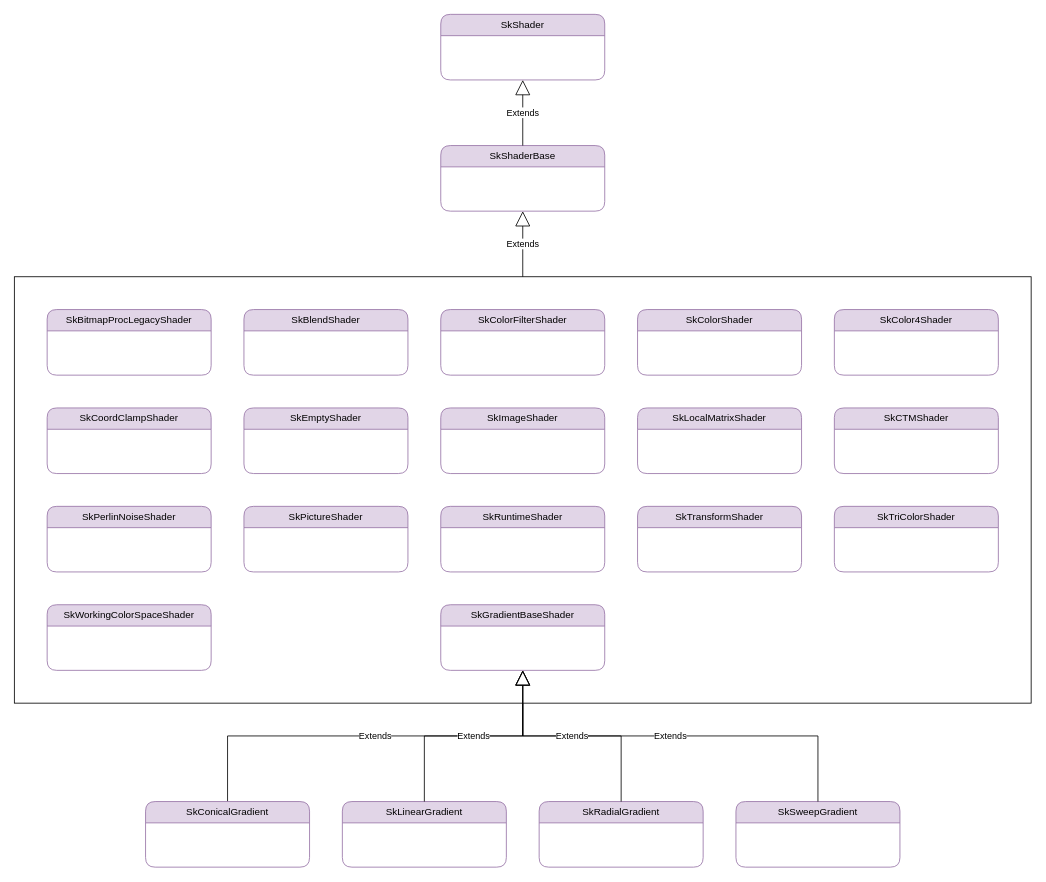
This is page "Skia Shader" (9 of 9) of Android Graphics.drawio from Kaling1203/Diagram, a draw.io file, before an edit. Source tidied: cells renumbered, new cells numbered last; positions are measured from the earlier drawing's top-left corner, leaving out a move shared by most shapes. Both pictures are drawn from the tidied source at 82%, with x=0, y=0 at pixel (14, 14).
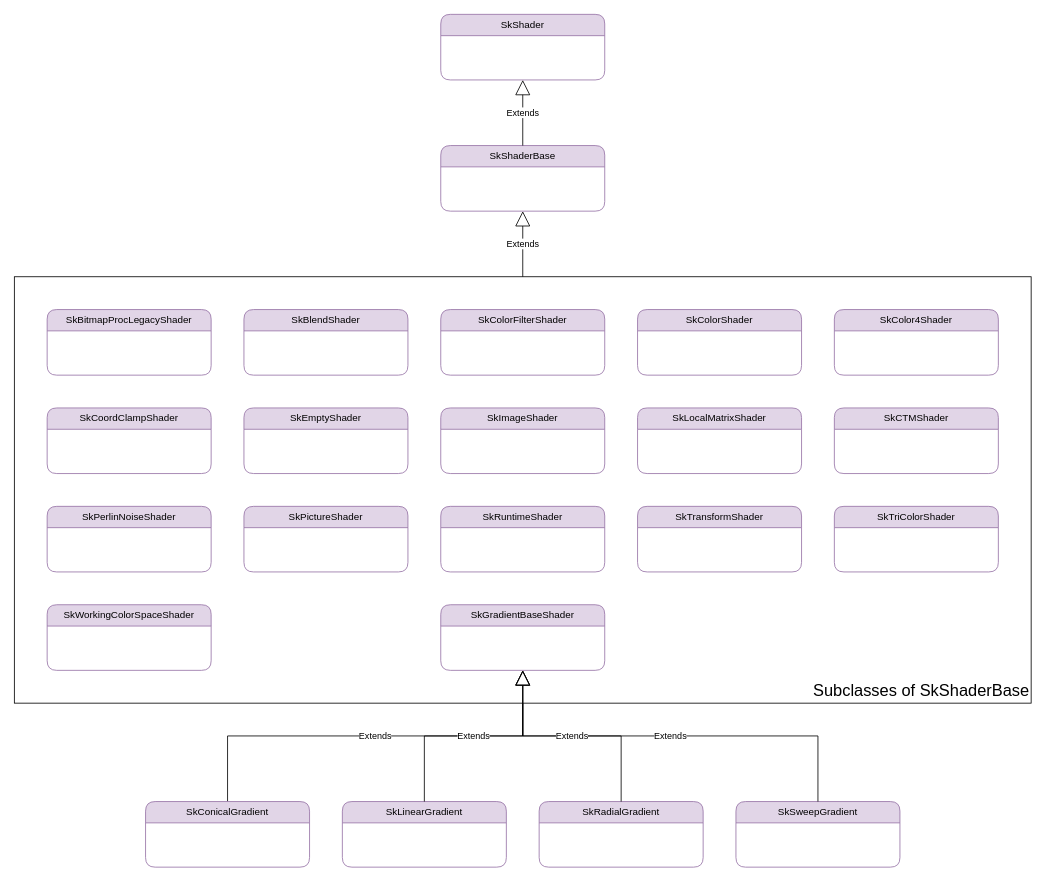
After the change.

What changed in the source:
```diff
@@
-    <mxCell id="3" style="rounded=0;whiteSpace=wrap;html=1;align=left;" parent="1" vertex="1">
+    <mxCell id="3" value="&lt;br&gt;&lt;div&gt;&lt;br&gt;&lt;/div&gt;&lt;div&gt;&lt;br&gt;&lt;/div&gt;&lt;div&gt;&lt;br&gt;&lt;/div&gt;&lt;div&gt;&lt;br&gt;&lt;/div&gt;&lt;div&gt;&lt;br&gt;&lt;/div&gt;&lt;div&gt;&lt;br&gt;&lt;/div&gt;&lt;div&gt;&lt;br&gt;&lt;/div&gt;&lt;div&gt;&lt;br&gt;&lt;/div&gt;&lt;div&gt;&lt;br&gt;&lt;/div&gt;&lt;div&gt;&lt;br&gt;&lt;/div&gt;&lt;div&gt;&lt;br&gt;&lt;/div&gt;&lt;div&gt;&lt;br&gt;&lt;/div&gt;&lt;div&gt;&lt;br&gt;&lt;/div&gt;&lt;div&gt;&lt;br&gt;&lt;/div&gt;&lt;div&gt;&lt;br&gt;&lt;/div&gt;&lt;div&gt;&lt;br&gt;&lt;/div&gt;&lt;div&gt;&lt;br&gt;&lt;/div&gt;&lt;div&gt;&lt;br&gt;&lt;/div&gt;&lt;div&gt;&lt;br&gt;&lt;/div&gt;&lt;div&gt;&lt;br&gt;&lt;/div&gt;&lt;div&gt;&lt;br&gt;&lt;/div&gt;&lt;div&gt;&lt;br&gt;&lt;/div&gt;&lt;div&gt;&lt;br&gt;&lt;/div&gt;&lt;div&gt;&lt;br&gt;&lt;/div&gt;&lt;div&gt;&lt;br&gt;&lt;/div&gt;&lt;div&gt;&lt;br&gt;&lt;/div&gt;&lt;div&gt;&lt;br&gt;&lt;/div&gt;&lt;div&gt;&lt;br&gt;&lt;/div&gt;&lt;div&gt;&lt;br&gt;&lt;/div&gt;&lt;div&gt;&lt;br&gt;&lt;/div&gt;&lt;div&gt;&lt;br&gt;&lt;/div&gt;&lt;div&gt;&lt;br&gt;&lt;/div&gt;&lt;div&gt;&lt;br&gt;&lt;/div&gt;&lt;div&gt;&lt;font style=&quot;font-size: 20px;&quot;&gt;Subclasses of SkShaderBase&lt;/font&gt;&lt;/div&gt;" style="rounded=0;whiteSpace=wrap;html=1;align=right;" parent="1" vertex="1">
       <mxGeometry y="320" width="1240" height="520" as="geometry" />
     </mxCell>
```
